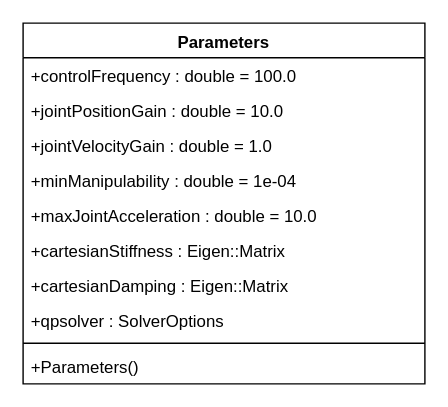
Above: page "Parameters" (1 of 3) of Control/doc/ClassDiagrams.drawio in Woolfrey/software_robot_library (draw.io), before the change. Source tidied: cells renumbered, new cells numbered last; positions are measured from the earlier drawing's top-left corner, leaving out a move shared by most shapes. Both pictures are drawn from the tidied source at 140%, with x=0, y=0 at pixel (22, 22).
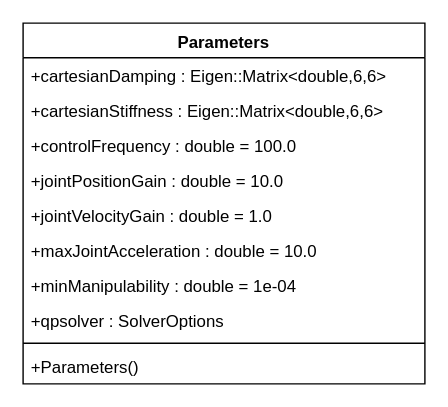
The same page after the edit.

What changed in the source:
```diff
@@
 <mxGraphModel>
   <root>
     <mxCell id="0" />
     <mxCell id="1" parent="0" />
     <mxCell id="2" value="Parameters" style="swimlane;fontStyle=1;align=center;verticalAlign=top;horizontal=1;startSize=24.7;" parent="1" vertex="1">
       <mxGeometry width="287" height="257.7" as="geometry" />
     </mxCell>
+    <mxCell id="9" value="+cartesianDamping : Eigen::Matrix&lt;double,6,6&gt;" style="text;strokeColor=none;fillColor=none;align=left;verticalAlign=top;spacingLeft=4;spacingRight=4;overflow=hidden;" parent="2" vertex="1">
+      <mxGeometry y="24.7" width="287" height="25" as="geometry" />
+    </mxCell>
+    <mxCell id="8" value="+cartesianStiffness : Eigen::Matrix&lt;double,6,6&gt;" style="text;strokeColor=none;fillColor=none;align=left;verticalAlign=top;spacingLeft=4;spacingRight=4;overflow=hidden;" parent="2" vertex="1">
+      <mxGeometry y="49.7" width="287" height="25" as="geometry" />
+    </mxCell>
     <mxCell id="3" value="+controlFrequency : double = 100.0" style="text;strokeColor=none;fillColor=none;align=left;verticalAlign=top;spacingLeft=4;spacingRight=4;overflow=hidden;" parent="2" vertex="1">
-      <mxGeometry y="24.7" width="287" height="25" as="geometry" />
+      <mxGeometry y="74.7" width="287" height="25" as="geometry" />
     </mxCell>
     <mxCell id="4" value="+jointPositionGain : double = 10.0" style="text;strokeColor=none;fillColor=none;align=left;verticalAlign=top;spacingLeft=4;spacingRight=4;overflow=hidden;" parent="2" vertex="1">
-      <mxGeometry y="49.7" width="287" height="25" as="geometry" />
+      <mxGeometry y="99.7" width="287" height="25" as="geometry" />
     </mxCell>
     <mxCell id="5" value="+jointVelocityGain : double = 1.0" style="text;strokeColor=none;fillColor=none;align=left;verticalAlign=top;spacingLeft=4;spacingRight=4;overflow=hidden;" parent="2" vertex="1">
-      <mxGeometry y="74.7" width="287" height="25" as="geometry" />
+      <mxGeometry y="124.7" width="287" height="25" as="geometry" />
     </mxCell>
+    <mxCell id="7" value="+maxJointAcceleration : double = 10.0" style="text;strokeColor=none;fillColor=none;align=left;verticalAlign=top;spacingLeft=4;spacingRight=4;overflow=hidden;" parent="2" vertex="1">
+      <mxGeometry y="149.7" width="287" height="25" as="geometry" />
+    </mxCell>
     <mxCell id="6" value="+minManipulability : double = 1e-04" style="text;strokeColor=none;fillColor=none;align=left;verticalAlign=top;spacingLeft=4;spacingRight=4;overflow=hidden;" parent="2" vertex="1">
-      <mxGeometry y="99.7" width="287" height="25" as="geometry" />
+      <mxGeometry y="174.7" width="287" height="25" as="geometry" />
     </mxCell>
-    <mxCell id="7" value="+maxJointAcceleration : double = 10.0" style="text;strokeColor=none;fillColor=none;align=left;verticalAlign=top;spacingLeft=4;spacingRight=4;overflow=hidden;" parent="2" vertex="1">
-      <mxGeometry y="124.7" width="287" height="25" as="geometry" />
-    </mxCell>
-    <mxCell id="8" value="+cartesianStiffness : Eigen::Matrix" style="text;strokeColor=none;fillColor=none;align=left;verticalAlign=top;spacingLeft=4;spacingRight=4;overflow=hidden;" parent="2" vertex="1">
-      <mxGeometry y="149.7" width="287" height="25" as="geometry" />
-    </mxCell>
-    <mxCell id="9" value="+cartesianDamping : Eigen::Matrix" style="text;strokeColor=none;fillColor=none;align=left;verticalAlign=top;spacingLeft=4;spacingRight=4;overflow=hidden;" parent="2" vertex="1">
-      <mxGeometry y="174.7" width="287" height="25" as="geometry" />
-    </mxCell>
     <mxCell id="10" value="+qpsolver : SolverOptions" style="text;strokeColor=none;fillColor=none;align=left;verticalAlign=top;spacingLeft=4;spacingRight=4;overflow=hidden;" parent="2" vertex="1">
       <mxGeometry y="199.7" width="287" height="25" as="geometry" />
     </mxCell>
     <mxCell id="11" style="line;strokeWidth=1;fillColor=none;align=left;verticalAlign=middle;spacingTop=-1;spacingLeft=3;spacingRight=3;labelPosition=right;strokeColor=inherit;" parent="2" vertex="1">
       <mxGeometry y="224.7" width="287" height="8" as="geometry" />
     </mxCell>
     <mxCell id="12" value="+Parameters()" style="text;strokeColor=none;fillColor=none;align=left;verticalAlign=top;spacingLeft=4;spacingRight=4;overflow=hidden;" parent="2" vertex="1">
       <mxGeometry y="232.7" width="287" height="25" as="geometry" />
     </mxCell>
   </root>
 </mxGraphModel>
```
